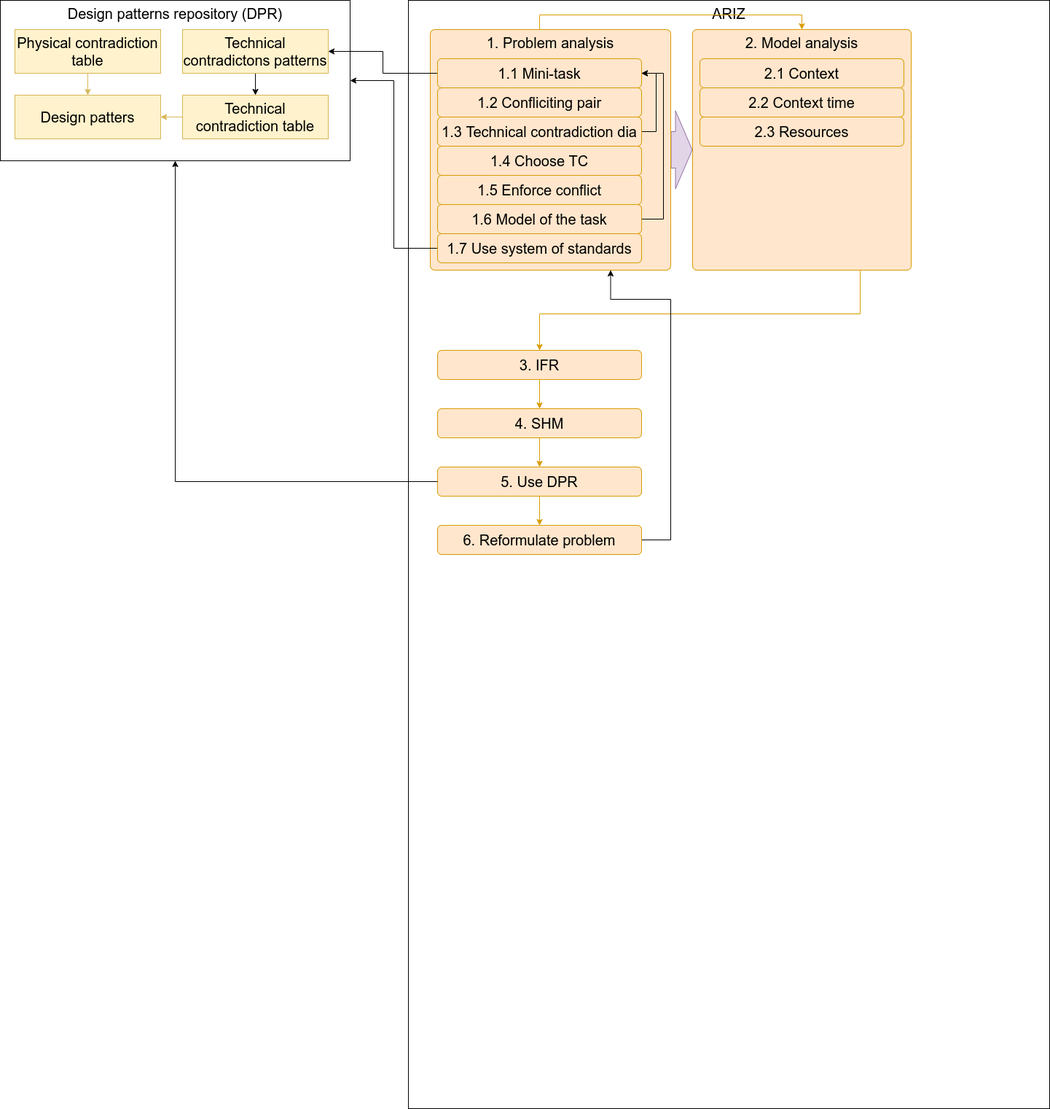
Above: AI_Neurotechnologies_bla_bla_bla_course/TRIZ-ARIZ.png in max-talanov/1 (draw.io), before the change. Source tidied: cells renumbered, new cells last; positions are measured from the earlier drawing's top-left corner, leaving out a move shared by most shapes.
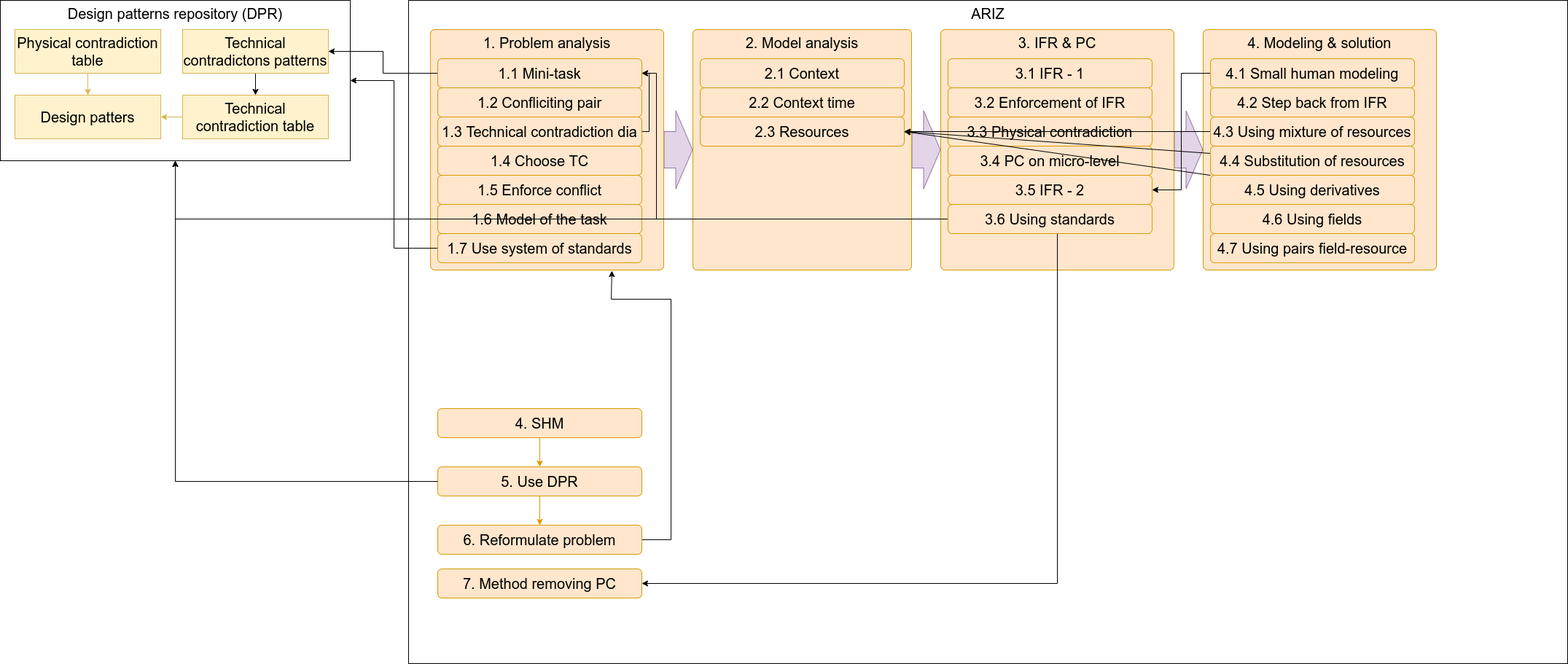
Later version of the same file.

Commit message:
decomposed step 4

What changed in the source:
```diff
@@ -3,16 +3,8 @@
     <mxCell id="0" />
     <mxCell id="1" parent="0" />
     <mxCell id="2" value="ARIZ" style="rounded=0;whiteSpace=wrap;html=1;fontSize=20;verticalAlign=top;" parent="1" vertex="1">
-      <mxGeometry x="560" width="880" height="1520" as="geometry" />
+      <mxGeometry x="560" width="1590" height="910" as="geometry" />
     </mxCell>
-    <mxCell id="3" style="edgeStyle=orthogonalEdgeStyle;rounded=0;jettySize=auto;html=1;fontSize=20;fillColor=#ffe6cc;strokeColor=#d79b00;" parent="1" edge="1" source="36" target="19">
-      <mxGeometry relative="1" as="geometry">
-        <Array as="points">
-          <mxPoint x="1180" y="430" />
-          <mxPoint x="740" y="430" />
-        </Array>
-      </mxGeometry>
-    </mxCell>
     <mxCell id="4" style="edgeStyle=orthogonalEdgeStyle;rounded=0;jettySize=auto;html=1;fontSize=20;fillColor=#ffe6cc;strokeColor=#d79b00;" parent="1" edge="1" source="5" target="7">
       <mxGeometry relative="1" as="geometry" />
     </mxCell>
@@ -25,7 +17,7 @@
     <mxCell id="7" value="5. Use DPR" style="rounded=1;whiteSpace=wrap;html=1;fillColor=#ffe6cc;strokeColor=#d79b00;fontSize=20;" parent="1" vertex="1">
       <mxGeometry x="600" y="640" width="280" height="40" as="geometry" />
     </mxCell>
-    <mxCell id="8" style="edgeStyle=orthogonalEdgeStyle;rounded=0;jettySize=auto;html=1;fontSize=20;entryX=0.75;entryY=1;entryDx=0;entryDy=0;" parent="1" edge="1" source="9" target="15">
+    <mxCell id="8" style="edgeStyle=orthogonalEdgeStyle;rounded=0;jettySize=auto;html=1;fontSize=20;entryX=0.778;entryY=1.003;entryDx=0;entryDy=0;entryPerimeter=0;" parent="1" edge="1" source="9" target="15">
       <mxGeometry relative="1" as="geometry">
         <Array as="points">
           <mxPoint x="920" y="740" />
@@ -43,20 +35,23 @@
     <mxCell id="11" style="shape=flexArrow;endArrow=classic;html=1;rounded=0;endWidth=56;endSize=7.33;width=50;entryX=0;entryY=0.5;entryDx=0;entryDy=0;exitX=1;exitY=0.5;exitDx=0;exitDy=0;fillColor=#e1d5e7;strokeColor=#9673a6;" parent="1" edge="1" source="15" target="36">
       <mxGeometry relative="1" as="geometry" />
     </mxCell>
+    <mxCell id="40" style="shape=flexArrow;endArrow=classic;html=1;rounded=0;endWidth=56;endSize=7.33;width=50;entryX=0;entryY=0.5;entryDx=0;entryDy=0;exitX=1;exitY=0.5;exitDx=0;exitDy=0;fillColor=#e1d5e7;strokeColor=#9673a6;" parent="1" edge="1" source="36" target="43">
+      <mxGeometry relative="1" as="geometry" />
+    </mxCell>
+    <mxCell id="41" value="7. Method removing PC" style="rounded=1;whiteSpace=wrap;html=1;fillColor=#ffe6cc;strokeColor=#d79b00;fontSize=20;" parent="1" vertex="1">
+      <mxGeometry x="600" y="780" width="280" height="40" as="geometry" />
+    </mxCell>
+    <mxCell id="42" style="shape=flexArrow;endArrow=classic;html=1;rounded=0;endWidth=56;endSize=7.33;width=50;entryX=0;entryY=0.5;entryDx=0;entryDy=0;exitX=1;exitY=0.5;exitDx=0;exitDy=0;fillColor=#e1d5e7;strokeColor=#9673a6;" parent="1" edge="1" target="52">
+      <mxGeometry relative="1" as="geometry">
+        <mxPoint x="1610" y="205" as="sourcePoint" />
+      </mxGeometry>
+    </mxCell>
     <mxCell id="12" value="1" parent="0" />
     <mxCell id="13" style="edgeStyle=orthogonalEdgeStyle;rounded=0;jettySize=auto;html=1;fontSize=20;fillColor=#fff2cc;strokeColor=#d6b656;" parent="12" edge="1" source="16" target="17">
       <mxGeometry relative="1" as="geometry" />
     </mxCell>
-    <mxCell id="14" style="edgeStyle=orthogonalEdgeStyle;rounded=0;jettySize=auto;html=1;fontSize=20;fillColor=#ffe6cc;strokeColor=#d79b00;" parent="12" edge="1" source="15" target="36">
-      <mxGeometry relative="1" as="geometry">
-        <Array as="points">
-          <mxPoint x="740" y="20" />
-          <mxPoint x="1100" y="20" />
-        </Array>
-      </mxGeometry>
-    </mxCell>
     <mxCell id="15" value="1. Problem analysis" style="rounded=1;whiteSpace=wrap;html=1;fillColor=#ffe6cc;strokeColor=#d79b00;fontSize=20;arcSize=2;horizontal=1;verticalAlign=top;" parent="12" vertex="1">
-      <mxGeometry x="590" y="40" width="330" height="330" as="geometry" />
+      <mxGeometry x="590" y="40" width="320" height="330" as="geometry" />
     </mxCell>
     <mxCell id="16" value="Technical contradiction table" style="rounded=1;whiteSpace=wrap;html=1;fillColor=#fff2cc;strokeColor=#d6b656;fontSize=20;arcSize=0;" parent="12" vertex="1">
       <mxGeometry x="250" y="130" width="200" height="60" as="geometry" />
@@ -64,12 +59,6 @@
     <mxCell id="17" value="Design patters" style="rounded=1;whiteSpace=wrap;html=1;fillColor=#fff2cc;strokeColor=#d6b656;fontSize=20;arcSize=0;" parent="12" vertex="1">
       <mxGeometry x="20" y="130" width="200" height="60" as="geometry" />
     </mxCell>
-    <mxCell id="18" style="edgeStyle=orthogonalEdgeStyle;rounded=0;jettySize=auto;html=1;fontSize=20;fillColor=#ffe6cc;strokeColor=#d79b00;" parent="12" edge="1" source="19" target="5">
-      <mxGeometry relative="1" as="geometry" />
-    </mxCell>
-    <mxCell id="19" value="3. IFR" style="rounded=1;whiteSpace=wrap;html=1;fillColor=#ffe6cc;strokeColor=#d79b00;fontSize=20;" parent="12" vertex="1">
-      <mxGeometry x="600" y="480" width="280" height="40" as="geometry" />
-    </mxCell>
     <mxCell id="20" value="Physical contradiction table" style="rounded=1;whiteSpace=wrap;html=1;fillColor=#fff2cc;strokeColor=#d6b656;fontSize=20;arcSize=0;" parent="12" vertex="1">
       <mxGeometry x="20" y="40" width="200" height="60" as="geometry" />
     </mxCell>
@@ -97,8 +86,8 @@
     <mxCell id="28" style="edgeStyle=orthogonalEdgeStyle;rounded=0;jettySize=auto;html=1;entryX=1;entryY=0.5;entryDx=0;entryDy=0;" parent="12" edge="1" source="29" target="24">
       <mxGeometry relative="1" as="geometry">
         <Array as="points">
-          <mxPoint x="900" y="180" />
-          <mxPoint x="900" y="100" />
+          <mxPoint x="890" y="180" />
+          <mxPoint x="890" y="100" />
         </Array>
       </mxGeometry>
     </mxCell>
@@ -114,8 +103,8 @@
     <mxCell id="32" style="edgeStyle=orthogonalEdgeStyle;rounded=0;jettySize=auto;html=1;entryX=1;entryY=0.5;entryDx=0;entryDy=0;" parent="12" edge="1" source="33" target="24">
       <mxGeometry relative="1" as="geometry">
         <Array as="points">
-          <mxPoint x="910" y="300" />
-          <mxPoint x="910" y="100" />
+          <mxPoint x="900" y="300" />
+          <mxPoint x="900" y="100" />
         </Array>
       </mxGeometry>
     </mxCell>
@@ -140,5 +129,72 @@
     <mxCell id="39" value="2.2 Context time" style="rounded=1;whiteSpace=wrap;html=1;fillColor=#ffe6cc;strokeColor=#d79b00;fontSize=20;" parent="12" vertex="1">
       <mxGeometry x="960" y="120" width="280" height="40" as="geometry" />
     </mxCell>
+    <mxCell id="43" value="3. IFR &amp;amp; PC" style="rounded=1;whiteSpace=wrap;html=1;fillColor=#ffe6cc;strokeColor=#d79b00;fontSize=20;arcSize=2;horizontal=1;verticalAlign=top;" parent="12" vertex="1">
+      <mxGeometry x="1290" y="40" width="320" height="330" as="geometry" />
+    </mxCell>
+    <mxCell id="44" value="3.1 IFR - 1" style="rounded=1;whiteSpace=wrap;html=1;fillColor=#ffe6cc;strokeColor=#d79b00;fontSize=20;" parent="12" vertex="1">
+      <mxGeometry x="1300" y="80" width="280" height="40" as="geometry" />
+    </mxCell>
+    <mxCell id="45" value="3.2 Enforcement of IFR" style="rounded=1;whiteSpace=wrap;html=1;fillColor=#ffe6cc;strokeColor=#d79b00;fontSize=20;" parent="12" vertex="1">
+      <mxGeometry x="1300" y="120" width="280" height="40" as="geometry" />
+    </mxCell>
+    <mxCell id="46" value="3.3 Physical contradiction" style="rounded=1;whiteSpace=wrap;html=1;fillColor=#ffe6cc;strokeColor=#d79b00;fontSize=20;" parent="12" vertex="1">
+      <mxGeometry x="1300" y="160" width="280" height="40" as="geometry" />
+    </mxCell>
+    <mxCell id="47" value="3.4 PC on micro-level" style="rounded=1;whiteSpace=wrap;html=1;fillColor=#ffe6cc;strokeColor=#d79b00;fontSize=20;" parent="12" vertex="1">
+      <mxGeometry x="1300" y="200" width="280" height="40" as="geometry" />
+    </mxCell>
+    <mxCell id="48" value="3.5 IFR - 2" style="rounded=1;whiteSpace=wrap;html=1;fillColor=#ffe6cc;strokeColor=#d79b00;fontSize=20;" parent="12" vertex="1">
+      <mxGeometry x="1300" y="240" width="280" height="40" as="geometry" />
+    </mxCell>
+    <mxCell id="49" style="edgeStyle=orthogonalEdgeStyle;rounded=0;jettySize=auto;html=1;" parent="12" edge="1" source="51" target="10">
+      <mxGeometry relative="1" as="geometry" />
+    </mxCell>
+    <mxCell id="50" style="edgeStyle=orthogonalEdgeStyle;rounded=0;jettySize=auto;html=1;entryX=1;entryY=0.5;entryDx=0;entryDy=0;" parent="12" edge="1" source="51" target="41">
+      <mxGeometry relative="1" as="geometry">
+        <Array as="points">
+          <mxPoint x="1450" y="800" />
+        </Array>
+      </mxGeometry>
+    </mxCell>
+    <mxCell id="51" value="3.6 Using standards" style="rounded=1;whiteSpace=wrap;html=1;fillColor=#ffe6cc;strokeColor=#d79b00;fontSize=20;" parent="12" vertex="1">
+      <mxGeometry x="1300" y="280" width="280" height="40" as="geometry" />
+    </mxCell>
+    <mxCell id="52" value="4. Modeling &amp;amp; solution" style="rounded=1;whiteSpace=wrap;html=1;fillColor=#ffe6cc;strokeColor=#d79b00;fontSize=20;arcSize=2;horizontal=1;verticalAlign=top;" parent="12" vertex="1">
+      <mxGeometry x="1650" y="40" width="320" height="330" as="geometry" />
+    </mxCell>
+    <mxCell id="53" style="edgeStyle=orthogonalEdgeStyle;rounded=0;jettySize=auto;html=1;entryX=1;entryY=0.5;entryDx=0;entryDy=0;" parent="12" edge="1" source="54" target="48">
+      <mxGeometry relative="1" as="geometry" />
+    </mxCell>
+    <mxCell id="54" value="4.1 Small human modeling" style="rounded=1;whiteSpace=wrap;html=1;fillColor=#ffe6cc;strokeColor=#d79b00;fontSize=20;" parent="12" vertex="1">
+      <mxGeometry x="1660" y="80" width="280" height="40" as="geometry" />
+    </mxCell>
+    <mxCell id="55" value="4.2 Step back from IFR" style="rounded=1;whiteSpace=wrap;html=1;fillColor=#ffe6cc;strokeColor=#d79b00;fontSize=20;" parent="12" vertex="1">
+      <mxGeometry x="1660" y="120" width="280" height="40" as="geometry" />
+    </mxCell>
+    <mxCell id="56" style="rounded=0;jettySize=auto;html=1;" parent="12" edge="1" source="57" target="38">
+      <mxGeometry relative="1" as="geometry" />
+    </mxCell>
+    <mxCell id="57" value="4.3 Using mixture of resources" style="rounded=1;whiteSpace=wrap;html=1;fillColor=#ffe6cc;strokeColor=#d79b00;fontSize=20;" parent="12" vertex="1">
+      <mxGeometry x="1660" y="160" width="280" height="40" as="geometry" />
+    </mxCell>
+    <mxCell id="58" style="rounded=0;jettySize=auto;html=1;entryX=1;entryY=0.5;entryDx=0;entryDy=0;" parent="12" edge="1" source="59" target="38">
+      <mxGeometry relative="1" as="geometry" />
+    </mxCell>
+    <mxCell id="59" value="4.4 Substitution of resources" style="rounded=1;whiteSpace=wrap;html=1;fillColor=#ffe6cc;strokeColor=#d79b00;fontSize=20;" parent="12" vertex="1">
+      <mxGeometry x="1660" y="200" width="280" height="40" as="geometry" />
+    </mxCell>
+    <mxCell id="60" style="rounded=0;jettySize=auto;html=1;entryX=1;entryY=0.5;entryDx=0;entryDy=0;" parent="12" edge="1" source="61" target="38">
+      <mxGeometry relative="1" as="geometry" />
+    </mxCell>
+    <mxCell id="61" value="4.5 Using derivatives" style="rounded=1;whiteSpace=wrap;html=1;fillColor=#ffe6cc;strokeColor=#d79b00;fontSize=20;" parent="12" vertex="1">
+      <mxGeometry x="1660" y="240" width="280" height="40" as="geometry" />
+    </mxCell>
+    <mxCell id="62" value="4.6 Using fields" style="rounded=1;whiteSpace=wrap;html=1;fillColor=#ffe6cc;strokeColor=#d79b00;fontSize=20;" parent="12" vertex="1">
+      <mxGeometry x="1660" y="280" width="280" height="40" as="geometry" />
+    </mxCell>
+    <mxCell id="63" value="4.7 Using pairs field-resource" style="rounded=1;whiteSpace=wrap;html=1;fillColor=#ffe6cc;strokeColor=#d79b00;fontSize=20;" parent="12" vertex="1">
+      <mxGeometry x="1660" y="320" width="280" height="40" as="geometry" />
+    </mxCell>
   </root>
 </mxGraphModel>
```
